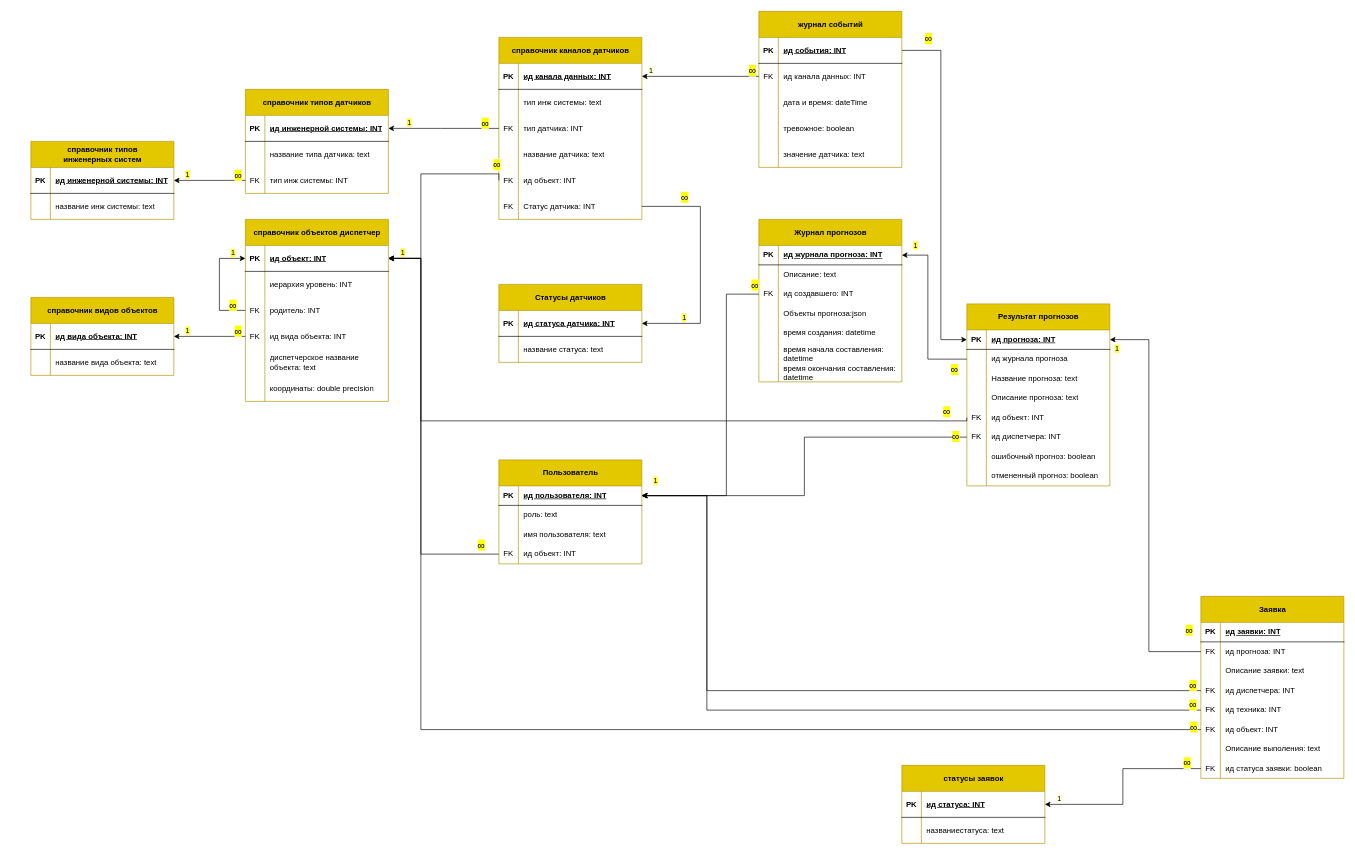
Before: page "ERL" (2 of 3) of docs/diagram/ER.drawio in sa100h/lct, a draw.io diagram. Source tidied: cells renumbered, new cells numbered last; positions are measured from the earlier drawing's top-left corner, leaving out a move shared by most shapes. Both pictures are drawn from the tidied source at 65%, with x=0, y=0 at pixel (31, 11).
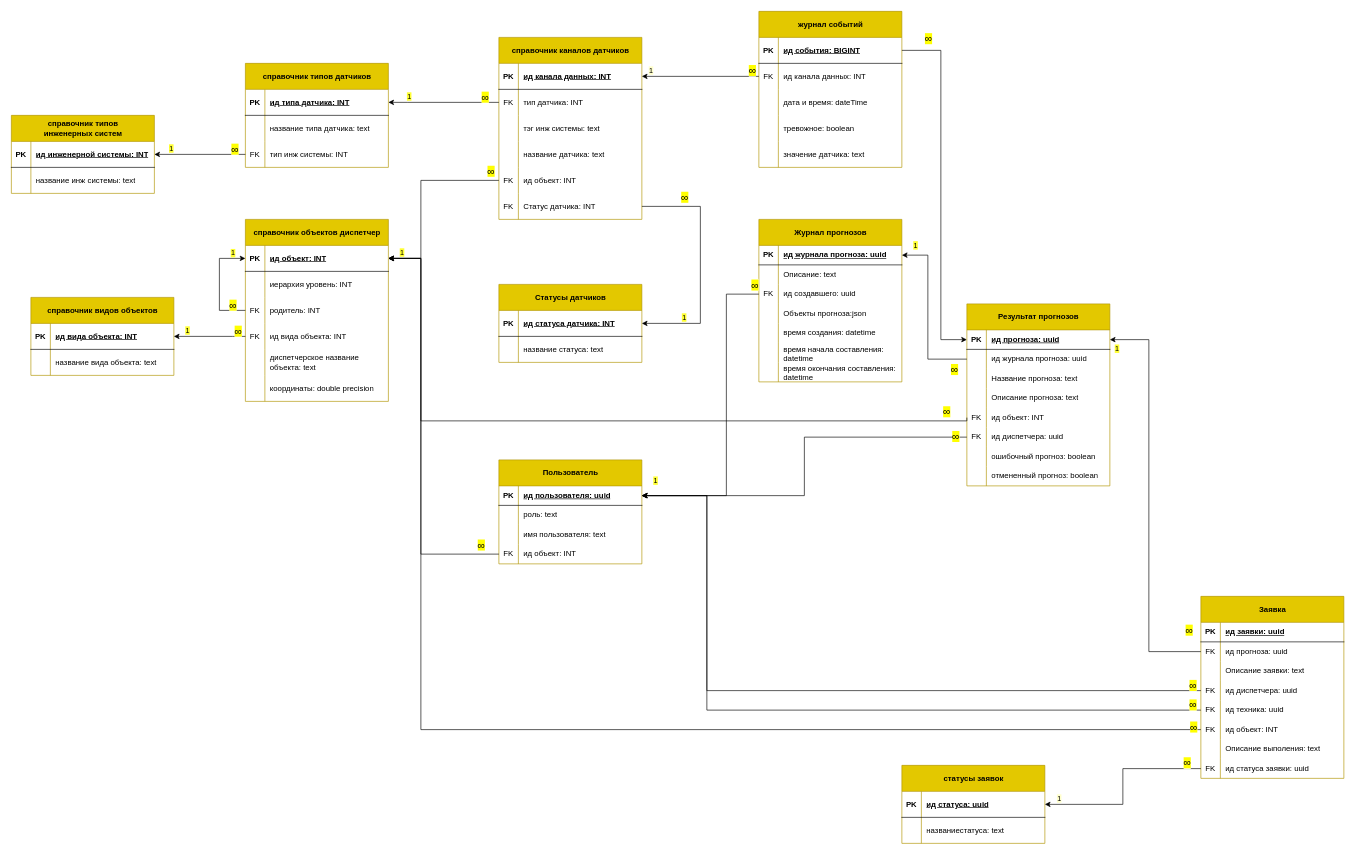
The same page after the edit.

The change refers to these unchanged cells:
```xml
<mxCell id="3" style="shape=tableRow;horizontal=0;startSize=0;swimlaneHead=0;swimlaneBody=0;fillColor=none;points=[[0,0.5],[1,0.5]];portConstraint=eastwest;top=0;left=0;right=0;bottom=1;" parent="2" vertex="1">
  <mxGeometry y="40" width="220" height="40" as="geometry" />
</mxCell>
<mxCell id="21" value="справочник каналов датчиков" style="shape=table;startSize=40;childLayout=tableLayout;rowLines=0;fontStyle=1;align=center;html=1;fillColor=#e3c800;fontColor=#000000;strokeColor=#B09500;" parent="1" vertex="1">
  <mxGeometry x="720" y="40" width="220" height="280" as="geometry" />
</mxCell>
<mxCell id="34" style="shape=tableRow;horizontal=0;startSize=0;swimlaneHead=0;swimlaneBody=0;fillColor=none;points=[[0,0.5],[1,0.5]];portConstraint=eastwest;top=0;left=0;right=0;bottom=0;" parent="21" vertex="1">
  <mxGeometry y="200" width="220" height="40" as="geometry" />
</mxCell>
<mxCell id="44" style="shape=tableRow;horizontal=0;startSize=0;swimlaneHead=0;swimlaneBody=0;fillColor=none;points=[[0,0.5],[1,0.5]];portConstraint=eastwest;top=0;left=0;right=0;bottom=1;" parent="43" vertex="1">
  <mxGeometry y="40" width="220" height="40" as="geometry" />
</mxCell>
<mxCell id="60" style="shape=tableRow;horizontal=0;startSize=0;swimlaneHead=0;swimlaneBody=0;fillColor=none;points=[[0,0.5],[1,0.5]];portConstraint=eastwest;top=0;left=0;right=0;bottom=1;" parent="59" vertex="1">
  <mxGeometry y="40" width="220" height="30" as="geometry" />
</mxCell>
<mxCell id="81" style="shape=tableRow;horizontal=0;startSize=0;swimlaneHead=0;swimlaneBody=0;fillColor=none;points=[[0,0.5],[1,0.5]];portConstraint=eastwest;top=0;left=0;right=0;bottom=1;" parent="80" vertex="1">
  <mxGeometry y="40" width="220" height="30" as="geometry" />
</mxCell>
<mxCell id="84" style="shape=tableRow;horizontal=0;startSize=0;swimlaneHead=0;swimlaneBody=0;fillColor=none;points=[[0,0.5],[1,0.5]];portConstraint=eastwest;top=0;left=0;right=0;bottom=0;" parent="80" vertex="1">
  <mxGeometry y="70" width="220" height="30" as="geometry" />
</mxCell>
<mxCell id="96" style="shape=tableRow;horizontal=0;startSize=0;swimlaneHead=0;swimlaneBody=0;fillColor=none;points=[[0,0.5],[1,0.5]];portConstraint=eastwest;top=0;left=0;right=0;bottom=0;" parent="80" vertex="1">
  <mxGeometry y="190" width="220" height="30" as="geometry" />
</mxCell>
<mxCell id="115" style="shape=tableRow;horizontal=0;startSize=0;swimlaneHead=0;swimlaneBody=0;fillColor=none;points=[[0,0.5],[1,0.5]];portConstraint=eastwest;top=0;left=0;right=0;bottom=1;" parent="114" vertex="1">
  <mxGeometry y="40" width="220" height="40" as="geometry" />
</mxCell>
<mxCell id="122" style="shape=tableRow;horizontal=0;startSize=0;swimlaneHead=0;swimlaneBody=0;fillColor=none;points=[[0,0.5],[1,0.5]];portConstraint=eastwest;top=0;left=0;right=0;bottom=1;" parent="121" vertex="1">
  <mxGeometry y="40" width="220" height="40" as="geometry" />
</mxCell>
<mxCell id="128" style="shape=tableRow;horizontal=0;startSize=0;swimlaneHead=0;swimlaneBody=0;fillColor=none;points=[[0,0.5],[1,0.5]];portConstraint=eastwest;top=0;left=0;right=0;bottom=0;" parent="121" vertex="1">
  <mxGeometry y="120" width="220" height="40" as="geometry" />
</mxCell>
<mxCell id="141" style="shape=tableRow;horizontal=0;startSize=0;swimlaneHead=0;swimlaneBody=0;fillColor=none;top=0;left=0;right=0;bottom=1;" parent="140" vertex="1">
  <mxGeometry y="40" width="220" height="30" as="geometry" />
</mxCell>
<mxCell id="144" style="shape=tableRow;horizontal=0;startSize=0;swimlaneHead=0;swimlaneBody=0;fillColor=none;points=[[0,0.5],[1,0.5]];portConstraint=eastwest;top=0;left=0;right=0;bottom=0;" parent="140" vertex="1">
  <mxGeometry y="70" width="220" height="30" as="geometry" />
</mxCell>
<mxCell id="150" style="shape=tableRow;horizontal=0;startSize=0;swimlaneHead=0;swimlaneBody=0;fillColor=none;points=[[0,0.5],[1,0.5]];portConstraint=eastwest;top=0;left=0;right=0;bottom=0;" parent="140" vertex="1">
  <mxGeometry y="130" width="220" height="30" as="geometry" />
</mxCell>
<mxCell id="153" style="shape=tableRow;horizontal=0;startSize=0;swimlaneHead=0;swimlaneBody=0;fillColor=none;points=[[0,0.5],[1,0.5]];portConstraint=eastwest;top=0;left=0;right=0;bottom=0;" parent="140" vertex="1">
  <mxGeometry y="160" width="220" height="30" as="geometry" />
</mxCell>
<mxCell id="162" style="shape=tableRow;horizontal=0;startSize=0;swimlaneHead=0;swimlaneBody=0;fillColor=none;points=[[0,0.5],[1,0.5]];portConstraint=eastwest;top=0;left=0;right=0;bottom=0;" parent="140" vertex="1">
  <mxGeometry y="250" width="220" height="30" as="geometry" />
</mxCell>
<mxCell id="178" style="shape=tableRow;horizontal=0;startSize=0;swimlaneHead=0;swimlaneBody=0;fillColor=none;points=[[0,0.5],[1,0.5]];portConstraint=eastwest;top=0;left=0;right=0;bottom=1;" parent="177" vertex="1">
  <mxGeometry y="40" width="220" height="40" as="geometry" />
</mxCell>
<mxCell id="198" style="shape=tableRow;horizontal=0;startSize=0;swimlaneHead=0;swimlaneBody=0;fillColor=none;points=[[0,0.5],[1,0.5]];portConstraint=eastwest;top=0;left=0;right=0;bottom=1;" parent="197" vertex="1">
  <mxGeometry y="40" width="220" height="30" as="geometry" />
</mxCell>
<mxCell id="204" style="shape=tableRow;horizontal=0;startSize=0;swimlaneHead=0;swimlaneBody=0;fillColor=none;points=[[0,0.5],[1,0.5]];portConstraint=eastwest;top=0;left=0;right=0;bottom=0;" parent="197" vertex="1">
  <mxGeometry y="100" width="220" height="30" as="geometry" />
</mxCell>
```

The edit, as a diff of the source:
```diff
@@
-    <mxCell id="25" style="shape=tableRow;horizontal=0;startSize=0;swimlaneHead=0;swimlaneBody=0;fillColor=none;top=0;left=0;right=0;bottom=0;" parent="21" vertex="1">
-      <mxGeometry y="80" width="220" height="40" as="geometry" />
-    </mxCell>
-    <mxCell id="26" style="shape=partialRectangle;fillColor=none;top=0;left=0;bottom=0;right=0;overflow=hidden;whiteSpace=wrap;html=1;" parent="25" vertex="1">
-      <mxGeometry width="30" height="40" as="geometry" />
-    </mxCell>
-    <mxCell id="27" value="тип инж системы: text" style="shape=partialRectangle;fillColor=none;top=0;left=0;bottom=0;right=0;align=left;spacingLeft=6;overflow=hidden;whiteSpace=wrap;html=1;" parent="25" vertex="1">
-      <mxGeometry x="30" width="190" height="40" as="geometry" />
-    </mxCell>
     <mxCell id="28" style="shape=tableRow;horizontal=0;startSize=0;swimlaneHead=0;swimlaneBody=0;fillColor=none;points=[[0,0.5],[1,0.5]];portConstraint=eastwest;top=0;left=0;right=0;bottom=0;" parent="21" vertex="1">
-      <mxGeometry y="120" width="220" height="40" as="geometry" />
+      <mxGeometry y="80" width="220" height="40" as="geometry" />
     </mxCell>
@@
+    <mxCell id="226" style="shape=tableRow;horizontal=0;startSize=0;swimlaneHead=0;swimlaneBody=0;fillColor=none;top=0;left=0;right=0;bottom=0;" parent="21" vertex="1">
+      <mxGeometry y="120" width="220" height="40" as="geometry" />
+    </mxCell>
+    <mxCell id="26" style="shape=partialRectangle;fillColor=none;top=0;left=0;bottom=0;right=0;overflow=hidden;whiteSpace=wrap;html=1;" parent="226" vertex="1">
+      <mxGeometry width="30" height="40" as="geometry" />
+    </mxCell>
+    <mxCell id="227" value="тэг инж системы: text" style="shape=partialRectangle;fillColor=none;top=0;left=0;bottom=0;right=0;align=left;spacingLeft=6;overflow=hidden;whiteSpace=wrap;html=1;" parent="226" vertex="1">
+      <mxGeometry x="30" width="190" height="40" as="geometry" />
+    </mxCell>
@@
-    <mxCell id="46" value="ид события: INT" style="shape=partialRectangle;fillColor=none;top=0;left=0;bottom=0;right=0;align=left;spacingLeft=6;fontStyle=5;overflow=hidden;whiteSpace=wrap;html=1;" parent="44" vertex="1">
+    <mxCell id="46" value="ид события: BIGINT" style="shape=partialRectangle;fillColor=none;top=0;left=0;bottom=0;right=0;align=left;spacingLeft=6;fontStyle=5;overflow=hidden;whiteSpace=wrap;html=1;" parent="44" vertex="1">
       <mxGeometry x="30" width="190" height="40" as="geometry" />
     </mxCell>
@@
-    <mxCell id="62" value="ид пользователя: INT" style="shape=partialRectangle;fillColor=none;top=0;left=0;bottom=0;right=0;align=left;spacingLeft=6;fontStyle=5;overflow=hidden;whiteSpace=wrap;html=1;" parent="60" vertex="1">
+    <mxCell id="62" value="ид пользователя: uuid" style="shape=partialRectangle;fillColor=none;top=0;left=0;bottom=0;right=0;align=left;spacingLeft=6;fontStyle=5;overflow=hidden;whiteSpace=wrap;html=1;" parent="60" vertex="1">
       <mxGeometry x="30" width="190" height="30" as="geometry" />
     </mxCell>
@@
     <mxCell id="72" style="edgeStyle=orthogonalEdgeStyle;rounded=0;jettySize=auto;html=1;exitX=0;exitY=0.5;exitDx=0;exitDy=0;entryX=1;entryY=0.5;entryDx=0;entryDy=0;" parent="1" edge="1" source="34" target="3">
       <mxGeometry relative="1" as="geometry">
         <Array as="points">
-          <mxPoint x="600" y="250" />
+          <mxPoint x="600" y="260" />
           <mxPoint x="600" y="380" />
         </Array>
       </mxGeometry>
     </mxCell>
@@
-    <mxCell id="83" value="ид прогноза: INT" style="shape=partialRectangle;fillColor=none;top=0;left=0;bottom=0;right=0;align=left;spacingLeft=6;fontStyle=5;overflow=hidden;whiteSpace=wrap;html=1;" parent="81" vertex="1">
+    <mxCell id="83" value="ид прогноза: uuid" style="shape=partialRectangle;fillColor=none;top=0;left=0;bottom=0;right=0;align=left;spacingLeft=6;fontStyle=5;overflow=hidden;whiteSpace=wrap;html=1;" parent="81" vertex="1">
       <mxGeometry x="30" width="190" height="30" as="geometry" />
     </mxCell>
@@
-    <mxCell id="86" value="ид журнала прогноза" style="shape=partialRectangle;fillColor=none;top=0;left=0;bottom=0;right=0;align=left;spacingLeft=6;overflow=hidden;whiteSpace=wrap;html=1;" parent="84" vertex="1">
+    <mxCell id="86" value="ид журнала прогноза: uuid" style="shape=partialRectangle;fillColor=none;top=0;left=0;bottom=0;right=0;align=left;spacingLeft=6;overflow=hidden;whiteSpace=wrap;html=1;" parent="84" vertex="1">
       <mxGeometry x="30" width="190" height="30" as="geometry" />
     </mxCell>
@@
-    <mxCell id="98" value="ид диспетчера: INT" style="shape=partialRectangle;fillColor=none;top=0;left=0;bottom=0;right=0;align=left;spacingLeft=6;overflow=hidden;whiteSpace=wrap;html=1;" parent="96" vertex="1">
+    <mxCell id="98" value="ид диспетчера: uuid" style="shape=partialRectangle;fillColor=none;top=0;left=0;bottom=0;right=0;align=left;spacingLeft=6;overflow=hidden;whiteSpace=wrap;html=1;" parent="96" vertex="1">
       <mxGeometry x="30" width="190" height="30" as="geometry" />
     </mxCell>
@@
     <mxCell id="114" value="справочник типов&lt;br&gt;инженерных систем" style="shape=table;startSize=40;childLayout=tableLayout;rowLines=0;fontStyle=1;align=center;html=1;fillColor=#e3c800;fontColor=#000000;strokeColor=#B09500;" parent="1" vertex="1">
-      <mxGeometry y="200" width="220" height="120" as="geometry" />
+      <mxGeometry x="-30" y="160" width="220" height="120" as="geometry" />
     </mxCell>
@@
     <mxCell id="121" value="справочник типов датчиков" style="shape=table;startSize=40;childLayout=tableLayout;rowLines=0;fontStyle=1;align=center;html=1;fillColor=#e3c800;fontColor=#000000;strokeColor=#B09500;" parent="1" vertex="1">
-      <mxGeometry x="330" y="120" width="220" height="160" as="geometry" />
+      <mxGeometry x="330" y="80" width="220" height="160" as="geometry" />
     </mxCell>
@@
-    <mxCell id="124" value="ид инженерной системы: INT" style="shape=partialRectangle;fillColor=none;top=0;left=0;bottom=0;right=0;align=left;spacingLeft=6;fontStyle=5;overflow=hidden;whiteSpace=wrap;html=1;" parent="122" vertex="1">
+    <mxCell id="124" value="ид&lt;span style=&quot;text-align: center; text-wrap-mode: nowrap;&quot;&gt;&amp;nbsp;типа датчика&lt;/span&gt;: INT" style="shape=partialRectangle;fillColor=none;top=0;left=0;bottom=0;right=0;align=left;spacingLeft=6;fontStyle=5;overflow=hidden;whiteSpace=wrap;html=1;" parent="122" vertex="1">
       <mxGeometry x="30" width="190" height="40" as="geometry" />
     </mxCell>
@@
     <mxCell id="134" style="edgeStyle=orthogonalEdgeStyle;rounded=0;jettySize=auto;html=1;exitX=0;exitY=0.5;exitDx=0;exitDy=0;entryX=1;entryY=0.5;entryDx=0;entryDy=0;" parent="1" edge="1" source="28" target="122">
       <mxGeometry relative="1" as="geometry">
         <Array as="points">
-          <mxPoint x="630" y="180" />
-          <mxPoint x="630" y="180" />
+          <mxPoint x="580" y="140" />
+          <mxPoint x="580" y="140" />
         </Array>
       </mxGeometry>
     </mxCell>
@@
     <mxCell id="137" style="edgeStyle=orthogonalEdgeStyle;rounded=0;jettySize=auto;html=1;exitX=0;exitY=0.5;exitDx=0;exitDy=0;entryX=1;entryY=0.5;entryDx=0;entryDy=0;" parent="1" edge="1" source="128" target="115">
       <mxGeometry relative="1" as="geometry">
         <Array as="points">
-          <mxPoint x="330" y="260" />
+          <mxPoint x="190" y="220" />
         </Array>
       </mxGeometry>
     </mxCell>
@@
-    <mxCell id="143" value="ид заявки: INT" style="shape=partialRectangle;fillColor=none;top=0;left=0;bottom=0;right=0;align=left;spacingLeft=6;fontStyle=5;overflow=hidden;whiteSpace=wrap;html=1;" parent="141" vertex="1">
+    <mxCell id="143" value="ид заявки: uuid" style="shape=partialRectangle;fillColor=none;top=0;left=0;bottom=0;right=0;align=left;spacingLeft=6;fontStyle=5;overflow=hidden;whiteSpace=wrap;html=1;" parent="141" vertex="1">
       <mxGeometry x="30" width="190" height="30" as="geometry" />
     </mxCell>
@@
-    <mxCell id="146" value="ид прогноза: INT" style="shape=partialRectangle;fillColor=none;top=0;left=0;bottom=0;right=0;align=left;spacingLeft=6;overflow=hidden;whiteSpace=wrap;html=1;" parent="144" vertex="1">
+    <mxCell id="146" value="ид прогноза: uuid" style="shape=partialRectangle;fillColor=none;top=0;left=0;bottom=0;right=0;align=left;spacingLeft=6;overflow=hidden;whiteSpace=wrap;html=1;" parent="144" vertex="1">
       <mxGeometry x="30" width="190" height="30" as="geometry" />
     </mxCell>
@@
-    <mxCell id="152" value="ид диспетчера: INT" style="shape=partialRectangle;fillColor=none;top=0;left=0;bottom=0;right=0;align=left;spacingLeft=6;overflow=hidden;whiteSpace=wrap;html=1;" parent="150" vertex="1">
+    <mxCell id="152" value="ид диспетчера: uuid" style="shape=partialRectangle;fillColor=none;top=0;left=0;bottom=0;right=0;align=left;spacingLeft=6;overflow=hidden;whiteSpace=wrap;html=1;" parent="150" vertex="1">
       <mxGeometry x="30" width="190" height="30" as="geometry" />
     </mxCell>
@@
-    <mxCell id="155" value="ид техника: INT" style="shape=partialRectangle;fillColor=none;top=0;left=0;bottom=0;right=0;align=left;spacingLeft=6;overflow=hidden;whiteSpace=wrap;html=1;" parent="153" vertex="1">
+    <mxCell id="155" value="ид техника: uuid" style="shape=partialRectangle;fillColor=none;top=0;left=0;bottom=0;right=0;align=left;spacingLeft=6;overflow=hidden;whiteSpace=wrap;html=1;" parent="153" vertex="1">
       <mxGeometry x="30" width="190" height="30" as="geometry" />
     </mxCell>
@@
-    <mxCell id="164" value="ид статуса заявки: boolean" style="shape=partialRectangle;fillColor=none;top=0;left=0;bottom=0;right=0;align=left;spacingLeft=6;overflow=hidden;whiteSpace=wrap;html=1;" parent="162" vertex="1">
+    <mxCell id="164" value="ид статуса заявки: uuid" style="shape=partialRectangle;fillColor=none;top=0;left=0;bottom=0;right=0;align=left;spacingLeft=6;overflow=hidden;whiteSpace=wrap;html=1;" parent="162" vertex="1">
       <mxGeometry x="30" width="190" height="30" as="geometry" />
     </mxCell>
@@
-    <mxCell id="180" value="ид статуса: INT" style="shape=partialRectangle;fillColor=none;top=0;left=0;bottom=0;right=0;align=left;spacingLeft=6;fontStyle=5;overflow=hidden;whiteSpace=wrap;html=1;" parent="178" vertex="1">
+    <mxCell id="180" value="ид статуса: uuid" style="shape=partialRectangle;fillColor=none;top=0;left=0;bottom=0;right=0;align=left;spacingLeft=6;fontStyle=5;overflow=hidden;whiteSpace=wrap;html=1;" parent="178" vertex="1">
       <mxGeometry x="30" width="190" height="40" as="geometry" />
     </mxCell>
@@
-    <mxCell id="200" value="ид журнала прогноза: INT" style="shape=partialRectangle;fillColor=none;top=0;left=0;bottom=0;right=0;align=left;spacingLeft=6;fontStyle=5;overflow=hidden;whiteSpace=wrap;html=1;" parent="198" vertex="1">
+    <mxCell id="200" value="ид журнала прогноза: uuid" style="shape=partialRectangle;fillColor=none;top=0;left=0;bottom=0;right=0;align=left;spacingLeft=6;fontStyle=5;overflow=hidden;whiteSpace=wrap;html=1;" parent="198" vertex="1">
       <mxGeometry x="30" width="190" height="30" as="geometry" />
     </mxCell>
@@
-    <mxCell id="206" value="ид создавшего: INT" style="shape=partialRectangle;fillColor=none;top=0;left=0;bottom=0;right=0;align=left;spacingLeft=6;overflow=hidden;whiteSpace=wrap;html=1;" parent="204" vertex="1">
+    <mxCell id="206" value="ид создавшего: uuid" style="shape=partialRectangle;fillColor=none;top=0;left=0;bottom=0;right=0;align=left;spacingLeft=6;overflow=hidden;whiteSpace=wrap;html=1;" parent="204" vertex="1">
       <mxGeometry x="30" width="190" height="30" as="geometry" />
     </mxCell>
```
